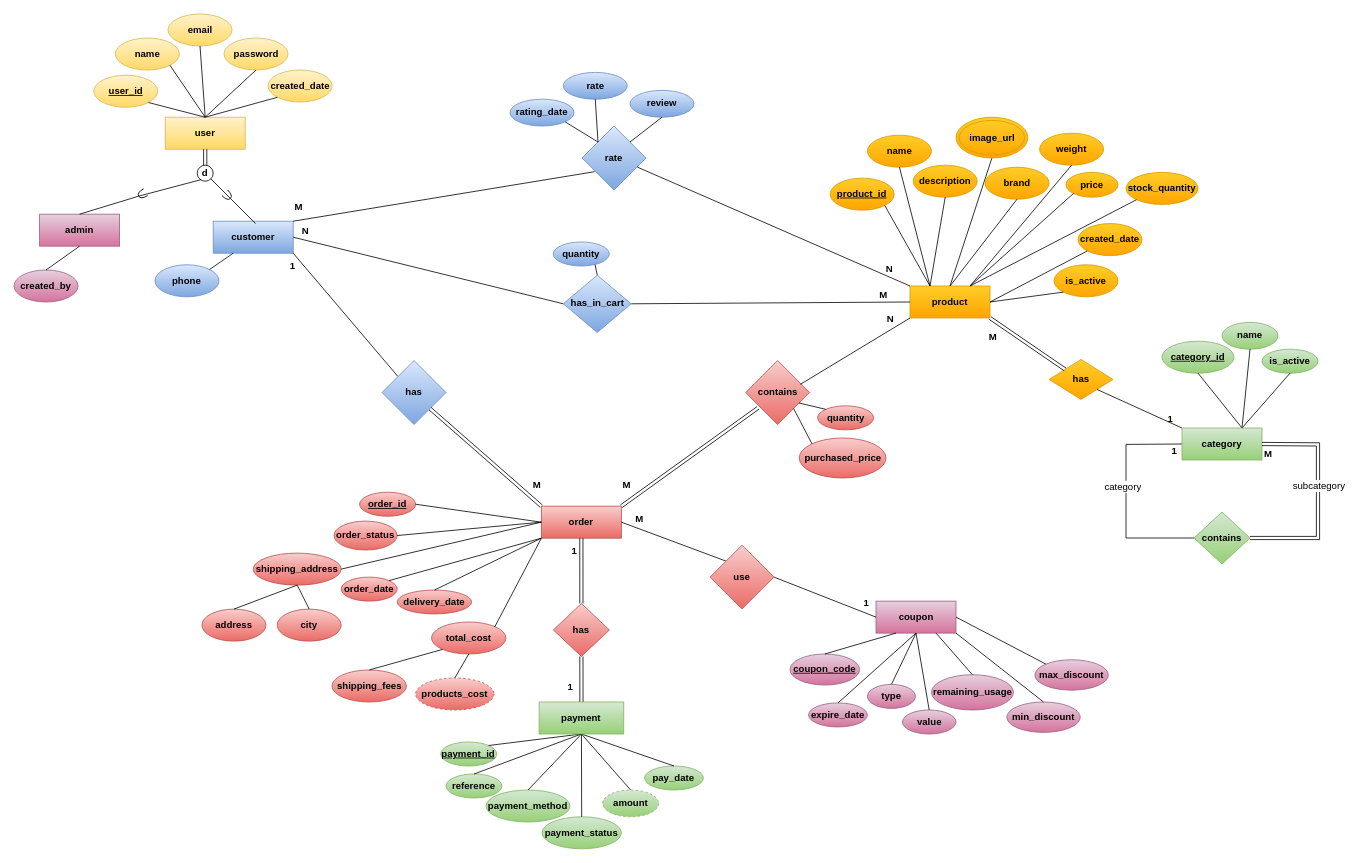
Earlier version of the draw.io diagram Online Store EERD.drawio (KerollosRady/Online-Store-Database). Source tidied: cells renumbered, new cells numbered last; positions are measured from the earlier drawing's top-left corner, leaving out a move shared by most shapes. Both pictures are drawn from the tidied source at 80%, with x=0, y=0 at pixel (14, 14).
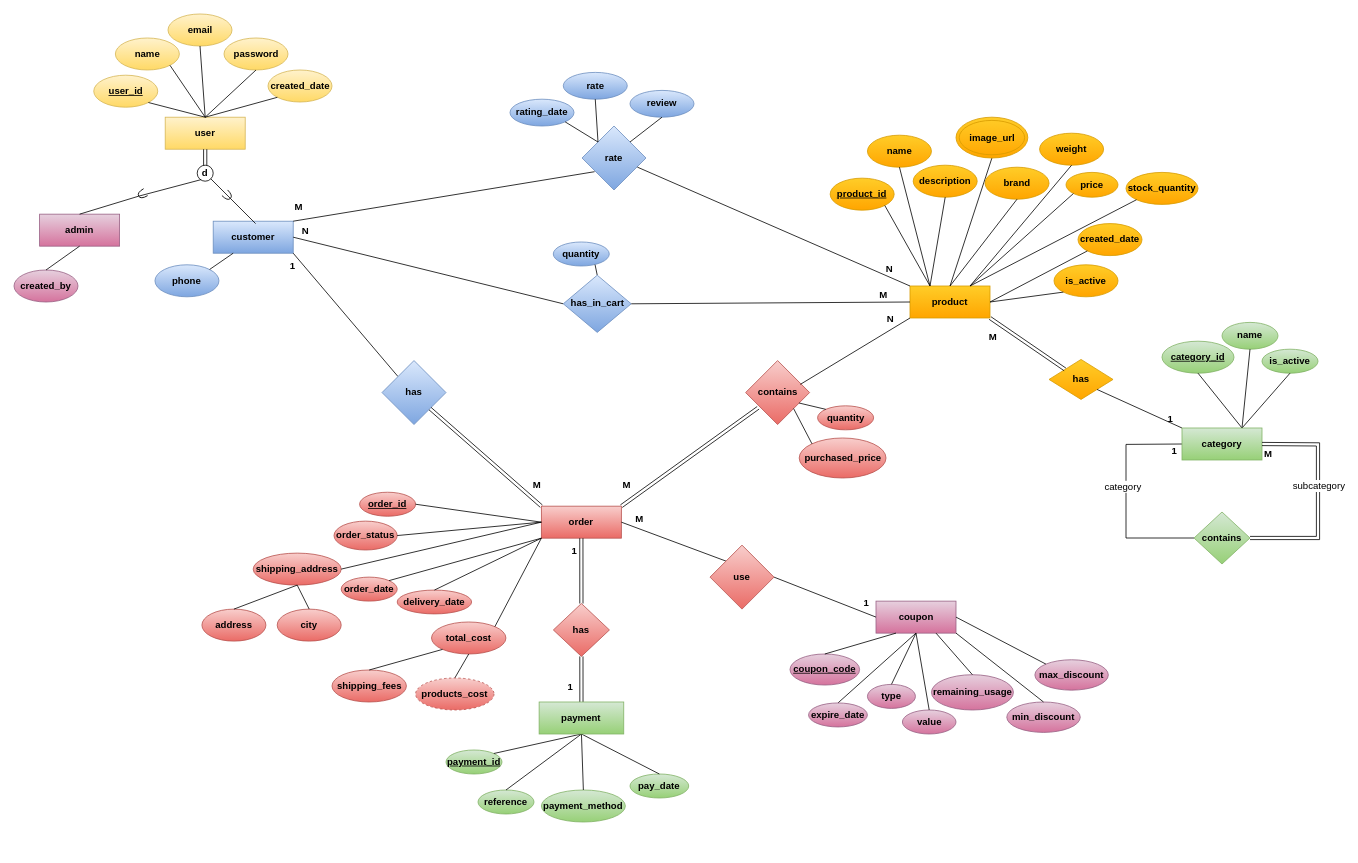
Above is the later version.

Commit message (it also covers changes not shown here):
update payment attributes

Unchanged cells that the change refers to:
```xml
<mxCell id="152" value="payment" style="rounded=0;whiteSpace=wrap;html=1;fontStyle=1;fillColor=#d5e8d4;gradientColor=#97d077;strokeColor=#82b366;" parent="1" vertex="1">
  <mxGeometry x="656.4" y="860" width="105.8" height="40" as="geometry" />
</mxCell>
```

Change to the diagram source:
```diff
@@
     <mxCell id="47" value="payment_method" style="ellipse;whiteSpace=wrap;html=1;fontStyle=1;fillColor=#d5e8d4;gradientColor=#97d077;strokeColor=#82b366;" parent="1" vertex="1">
-      <mxGeometry x="590" y="970" width="105" height="40" as="geometry" />
+      <mxGeometry x="659.2" y="970" width="105" height="40" as="geometry" />
     </mxCell>
@@
     <mxCell id="49" value="reference" style="ellipse;whiteSpace=wrap;html=1;fontStyle=1;fillColor=#d5e8d4;gradientColor=#97d077;strokeColor=#82b366;" parent="1" vertex="1">
-      <mxGeometry x="540" y="950" width="70" height="30" as="geometry" />
+      <mxGeometry x="580" y="970" width="70" height="30" as="geometry" />
     </mxCell>
@@
-    <mxCell id="51" value="payment_status" style="ellipse;whiteSpace=wrap;html=1;fontStyle=1;fillColor=#d5e8d4;gradientColor=#97d077;strokeColor=#82b366;" parent="1" vertex="1">
-      <mxGeometry x="660" y="1003.5" width="99.2" height="40" as="geometry" />
-    </mxCell>
-    <mxCell id="52" style="endArrow=none;html=1;rounded=0;entryX=0.5;entryY=1;entryDx=0;entryDy=0;exitX=0.5;exitY=0;exitDx=0;exitDy=0;fontStyle=1;" parent="1" edge="1" source="51" target="152">
-      <mxGeometry relative="1" as="geometry" />
-    </mxCell>
@@
     <mxCell id="75" value="pay_date" style="ellipse;whiteSpace=wrap;html=1;fontStyle=1;fillColor=#d5e8d4;gradientColor=#97d077;strokeColor=#82b366;" parent="1" vertex="1">
-      <mxGeometry x="788.3" y="940" width="73.4" height="30" as="geometry" />
+      <mxGeometry x="770" y="950" width="73.4" height="30" as="geometry" />
     </mxCell>
@@
-    <mxCell id="85" value="amount" style="ellipse;whiteSpace=wrap;html=1;align=center;dashed=1;fontStyle=1;fillColor=#d5e8d4;gradientColor=#97d077;strokeColor=#82b366;" parent="1" vertex="1">
-      <mxGeometry x="735.8" y="970" width="70" height="33.5" as="geometry" />
-    </mxCell>
-    <mxCell id="86" style="endArrow=none;html=1;rounded=0;entryX=0.5;entryY=1;entryDx=0;entryDy=0;exitX=0.5;exitY=0;exitDx=0;exitDy=0;fontStyle=1;" parent="1" edge="1" source="85" target="152">
-      <mxGeometry relative="1" as="geometry" />
-    </mxCell>
@@
     <mxCell id="130" value="&lt;u&gt;payment_id&lt;/u&gt;" style="ellipse;whiteSpace=wrap;html=1;fontStyle=1;fillColor=#d5e8d4;gradientColor=#97d077;strokeColor=#82b366;" parent="1" vertex="1">
-      <mxGeometry x="533.4" y="910" width="70" height="30" as="geometry" />
+      <mxGeometry x="540" y="920" width="70" height="30" as="geometry" />
     </mxCell>
```
